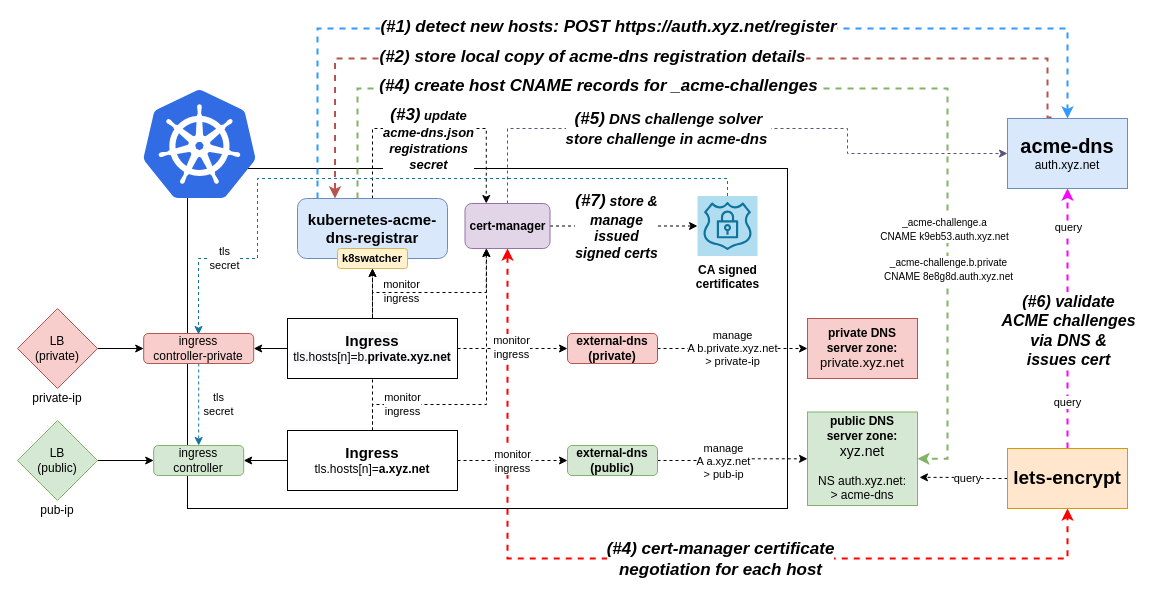
The draw.io diagram docs/diag1.drawio in bitsofinfo/kubernetes-acme-dns-registrar, before the edit. Source tidied: cells renumbered, new cells numbered last; positions are measured from the earlier drawing's top-left corner, leaving out a move shared by most shapes. Both pictures are drawn from the tidied source at 100%, with x=0, y=0 at pixel (17, 28).
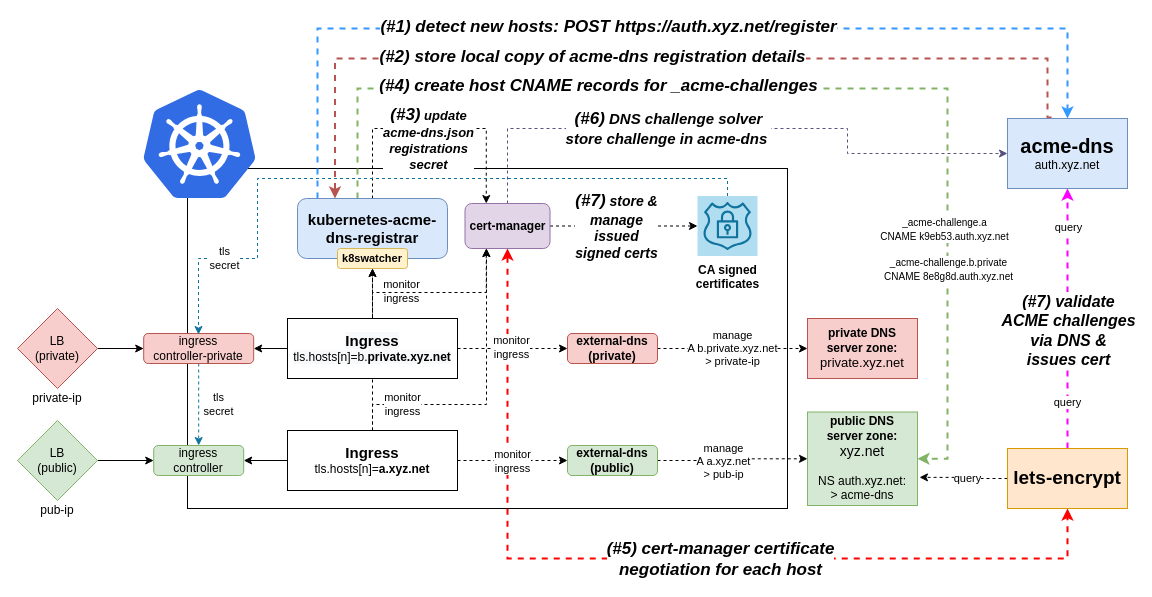
The same page after the edit.

The change refers to these unchanged cells:
```xml
<mxCell id="22" style="edgeStyle=orthogonalEdgeStyle;rounded=0;jettySize=auto;html=1;entryX=0.5;entryY=1;entryDx=0;entryDy=0;dashed=1;strokeWidth=2;strokeColor=#FF0000;startArrow=classic;startFill=1;" parent="1" edge="1" source="28" target="50">
  <mxGeometry relative="1" as="geometry">
    <Array as="points">
      <mxPoint x="490" y="530" />
      <mxPoint x="1050" y="530" />
    </Array>
  </mxGeometry>
</mxCell>
<mxCell id="26" style="edgeStyle=orthogonalEdgeStyle;rounded=0;jettySize=auto;html=1;entryX=0;entryY=0.5;entryDx=0;entryDy=0;dashed=1;startArrow=none;startFill=0;strokeColor=#56517e;strokeWidth=1;fillColor=#d0cee2;" parent="1" edge="1" source="28" target="4">
  <mxGeometry relative="1" as="geometry">
    <Array as="points">
      <mxPoint x="490" y="100" />
      <mxPoint x="830" y="100" />
      <mxPoint x="830" y="125" />
    </Array>
  </mxGeometry>
</mxCell>
<mxCell id="44" style="edgeStyle=orthogonalEdgeStyle;rounded=0;jettySize=auto;html=1;dashed=1;strokeWidth=2;strokeColor=#FF00FF;" parent="1" edge="1" source="50" target="4">
  <mxGeometry relative="1" as="geometry" />
</mxCell>
```

The edit, as a diff of the source:
```diff
@@
-    <mxCell id="23" value="&lt;b style=&quot;font-size: 17px&quot;&gt;&lt;i&gt;(#4) cert-manager certificate &lt;br&gt;negotiation&amp;nbsp;for each host&lt;/i&gt;&lt;/b&gt;" style="edgeLabel;html=1;align=center;verticalAlign=middle;" parent="22" vertex="1">
+    <mxCell id="23" value="&lt;b style=&quot;font-size: 17px&quot;&gt;&lt;i&gt;(#5) cert-manager certificate &lt;br&gt;negotiation&amp;nbsp;for each host&lt;/i&gt;&lt;/b&gt;" style="edgeLabel;html=1;align=center;verticalAlign=middle;" parent="22" vertex="1">
       <mxGeometry x="0.33" y="4" relative="1" as="geometry">
         <mxPoint x="-90" y="4" as="offset" />
       </mxGeometry>
     </mxCell>
@@
-    <mxCell id="27" value="&lt;b&gt;&lt;i&gt;&lt;font style=&quot;font-size: 17px&quot;&gt;(#5)&lt;/font&gt;&lt;span style=&quot;font-size: 15px&quot;&gt; DNS challenge solver&lt;/span&gt;&lt;br&gt;&lt;span style=&quot;font-size: 15px&quot;&gt;store challenge in acme-dns&amp;nbsp;&lt;/span&gt;&lt;/i&gt;&lt;/b&gt;" style="edgeLabel;html=1;align=center;verticalAlign=middle;" parent="26" vertex="1">
+    <mxCell id="27" value="&lt;b&gt;&lt;i&gt;&lt;font style=&quot;font-size: 17px&quot;&gt;(#6)&lt;/font&gt;&lt;span style=&quot;font-size: 15px&quot;&gt; DNS challenge solver&lt;/span&gt;&lt;br&gt;&lt;span style=&quot;font-size: 15px&quot;&gt;store challenge in acme-dns&amp;nbsp;&lt;/span&gt;&lt;/i&gt;&lt;/b&gt;" style="edgeLabel;html=1;align=center;verticalAlign=middle;" parent="26" vertex="1">
       <mxGeometry x="-0.47" y="1" relative="1" as="geometry">
         <mxPoint x="76" as="offset" />
       </mxGeometry>
     </mxCell>
@@
-    <mxCell id="45" value="&lt;font style=&quot;font-size: 15px&quot;&gt;&lt;b style=&quot;font-size: 16px&quot;&gt;&lt;i&gt;(#6) validate&lt;br&gt;ACME challenges&lt;br&gt;via DNS &amp;amp;&lt;br&gt;issues cert&lt;/i&gt;&lt;br&gt;&lt;/b&gt;&lt;/font&gt;" style="edgeLabel;html=1;align=center;verticalAlign=middle;" parent="44" vertex="1">
+    <mxCell id="45" value="&lt;font style=&quot;font-size: 15px&quot;&gt;&lt;b style=&quot;font-size: 16px&quot;&gt;&lt;i&gt;(#7) validate&lt;br&gt;ACME challenges&lt;br&gt;via DNS &amp;amp;&lt;br&gt;issues cert&lt;/i&gt;&lt;br&gt;&lt;/b&gt;&lt;/font&gt;" style="edgeLabel;html=1;align=center;verticalAlign=middle;" parent="44" vertex="1">
       <mxGeometry x="-0.1" y="1" relative="1" as="geometry">
         <mxPoint x="1" y="-2" as="offset" />
       </mxGeometry>
     </mxCell>
```
